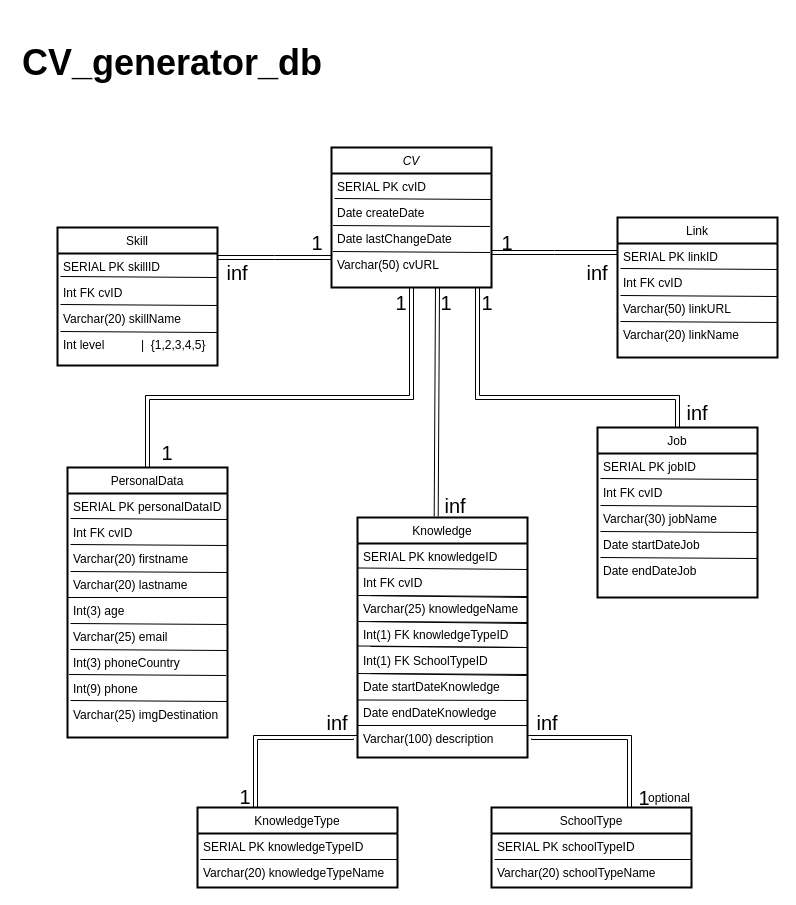
The draw.io diagram database/db_diagram.drawio in MgK720/CV_generator, before the edit. Source tidied: cells renumbered, new cells numbered last; positions are measured from the earlier drawing's top-left corner, leaving out a move shared by most shapes. Both pictures are drawn from the tidied source at 100%, with x=0, y=0 at pixel (17, 27).
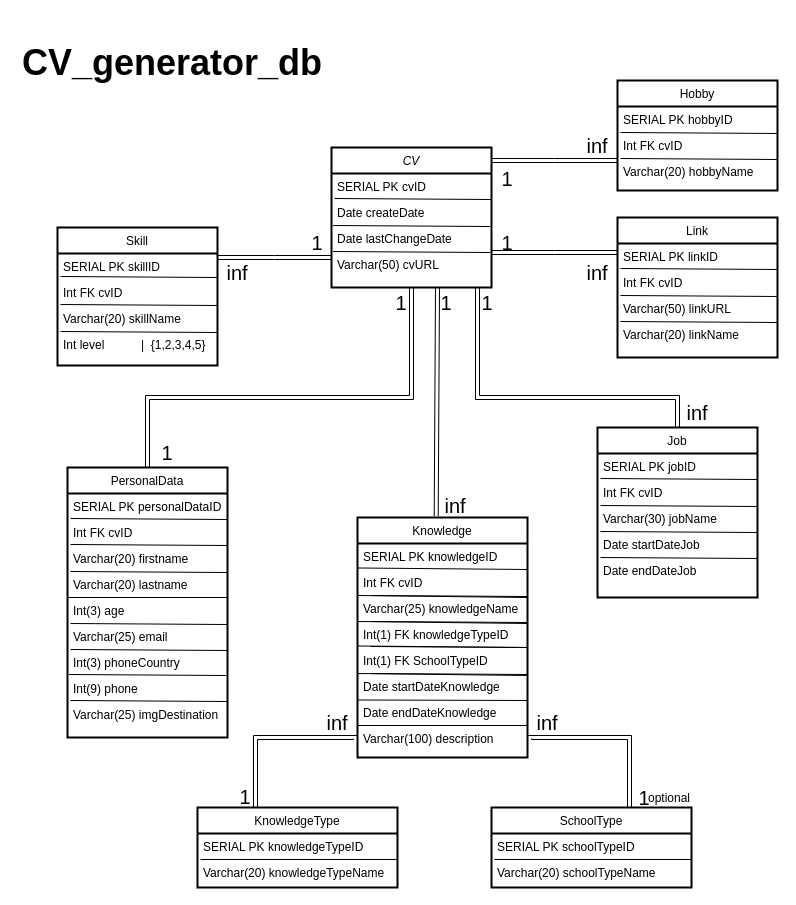
Above is the later version.

Diff of the diagram source:
```diff
@@
+    <mxCell id="105" style="endArrow=block;endFill=0;shadow=0;strokeWidth=1;rounded=0;edgeStyle=elbowEdgeStyle;elbow=vertical;shape=link;" parent="1" edge="1">
+      <mxGeometry relative="1" as="geometry">
+        <mxPoint x="600" y="133" as="sourcePoint" />
+        <mxPoint x="474" y="133" as="targetPoint" />
+      </mxGeometry>
+    </mxCell>
+    <mxCell id="106" value="Hobby" style="swimlane;fontStyle=0;align=center;verticalAlign=top;horizontal=1;startSize=26;rounded=0;shadow=0;strokeWidth=2;" parent="1" vertex="1">
+      <mxGeometry x="600" y="53" width="160" height="110" as="geometry" />
+    </mxCell>
+    <mxCell id="107" value="SERIAL PK hobbyID" style="text;align=left;verticalAlign=top;spacingLeft=4;spacingRight=4;overflow=hidden;" parent="106" vertex="1">
+      <mxGeometry y="26" width="160" height="26" as="geometry" />
+    </mxCell>
+    <mxCell id="108" style="endArrow=none;html=1;rounded=0;entryX=0.019;entryY=-0.115;entryDx=0;entryDy=0;entryPerimeter=0;exitX=0.167;exitY=0.667;exitDx=0;exitDy=0;exitPerimeter=0;" parent="106" edge="1">
+      <mxGeometry relative="1" as="geometry">
+        <mxPoint x="160" y="53" as="sourcePoint" />
+        <mxPoint x="3" y="52" as="targetPoint" />
+      </mxGeometry>
+    </mxCell>
+    <mxCell id="109" value="Int FK cvID" style="text;align=left;verticalAlign=top;spacingLeft=4;spacingRight=4;overflow=hidden;rounded=0;shadow=0;html=0;" parent="106" vertex="1">
+      <mxGeometry y="52" width="160" height="26" as="geometry" />
+    </mxCell>
+    <mxCell id="110" style="endArrow=none;html=1;rounded=0;entryX=0.019;entryY=-0.115;entryDx=0;entryDy=0;entryPerimeter=0;exitX=0.167;exitY=0.667;exitDx=0;exitDy=0;exitPerimeter=0;" parent="106" edge="1">
+      <mxGeometry relative="1" as="geometry">
+        <mxPoint x="160" y="79" as="sourcePoint" />
+        <mxPoint x="3" y="78" as="targetPoint" />
+      </mxGeometry>
+    </mxCell>
+    <mxCell id="111" value="Varchar(20) hobbyName" style="text;align=left;verticalAlign=top;spacingLeft=4;spacingRight=4;overflow=hidden;rounded=0;shadow=0;html=0;" parent="106" vertex="1">
+      <mxGeometry y="78" width="160" height="26" as="geometry" />
+    </mxCell>
+    <mxCell id="112" value="&lt;font style=&quot;font-size: 20px;&quot;&gt;inf&lt;/font&gt;" style="text;html=1;strokeColor=none;fillColor=none;align=center;verticalAlign=middle;whiteSpace=wrap;rounded=0;" parent="1" vertex="1">
+      <mxGeometry x="550" y="103" width="60" height="30" as="geometry" />
+    </mxCell>
+    <mxCell id="113" value="&lt;font style=&quot;font-size: 20px;&quot;&gt;1&lt;/font&gt;" style="text;html=1;strokeColor=none;fillColor=none;align=center;verticalAlign=middle;whiteSpace=wrap;rounded=0;" parent="1" vertex="1">
+      <mxGeometry x="460" y="136" width="60" height="30" as="geometry" />
+    </mxCell>
```
